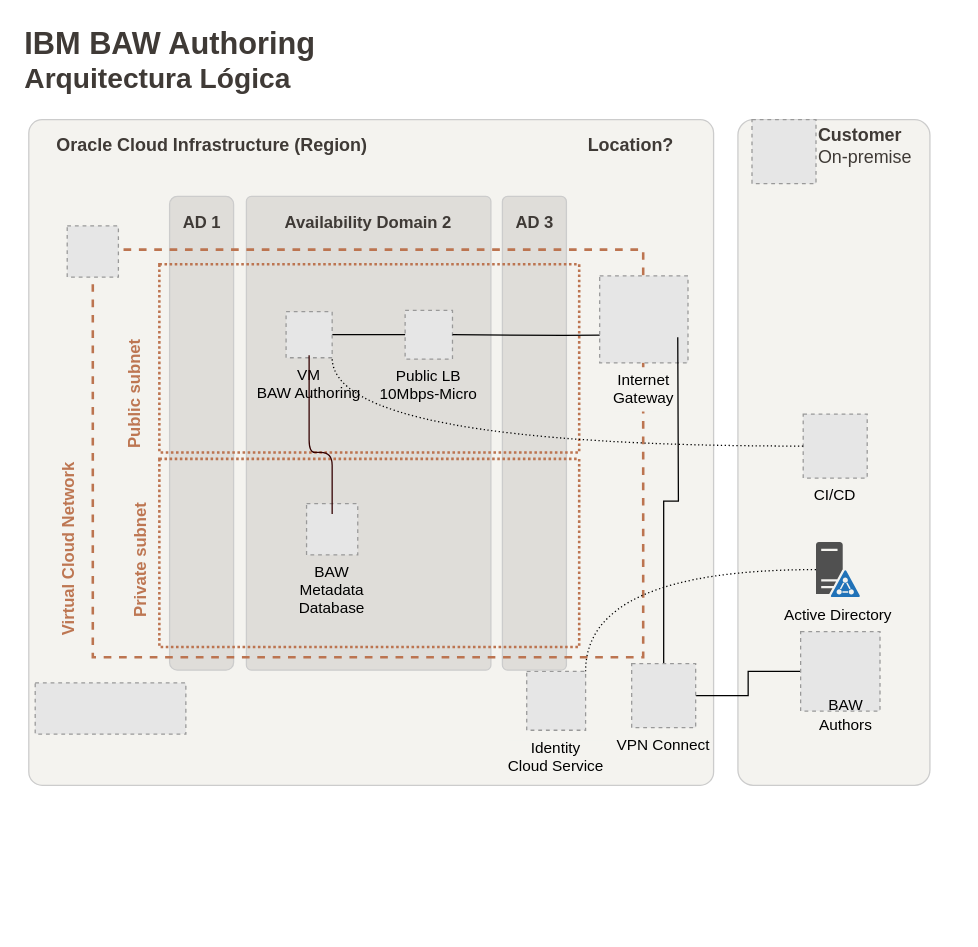
This is 20210926 BCH BAW Authoring.drawio from carlosjuibm/analytic_tools, a draw.io file, before an edit. Source tidied: cells renumbered, new cells numbered last; positions are measured from the earlier drawing's top-left corner, leaving out a move shared by most shapes. Both pictures are drawn from the tidied source at 128%, with x=0, y=0 at pixel (-28, 22). Pictures stored in the file or linked from it are replaced by grey dashed boxes.
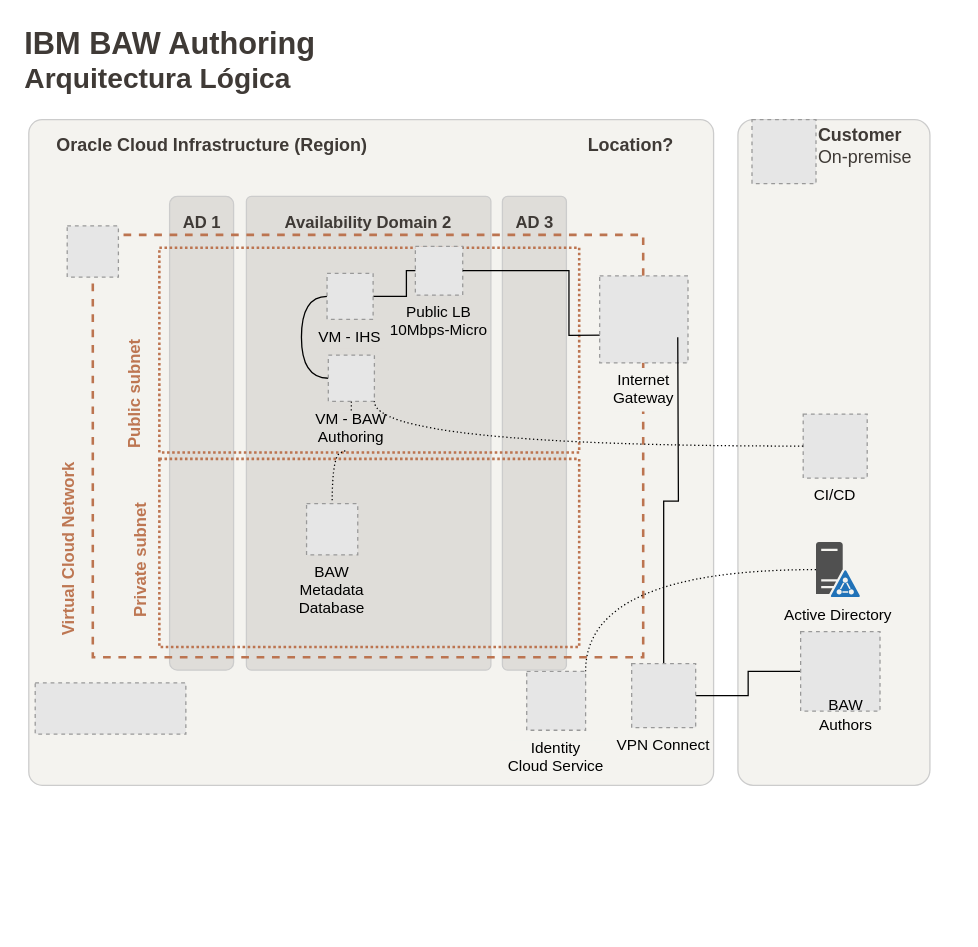
Above is the later version.

Unchanged cells that the change refers to:
```xml
<mxCell id="41" value="BAW&#10;Metadata&#10;Database" style="fillColor=#E6E6E6;strokeColor=#999999;dashed=1;verticalLabelPosition=bottom;verticalAlign=top;" parent="36" vertex="1">
  <mxGeometry x="261" y="376" width="40" height="40" as="geometry" />
</mxCell>
```

What changed in the source:
```diff
@@
     <mxCell id="25" style="rounded=0;whiteSpace=wrap;html=1;fillColor=none;dashed=1;strokeWidth=2;strokeColor=#BC7450;" parent="23" vertex="1">
-      <mxGeometry x="94" y="177.5" width="430" height="318.5" as="geometry" />
+      <mxGeometry x="94" y="166" width="430" height="330" as="geometry" />
     </mxCell>
     <mxCell id="26" style="rounded=0;whiteSpace=wrap;html=1;fillColor=none;dashed=1;strokeWidth=2;strokeColor=#BC7450;dashPattern=1 1;" parent="23" vertex="1">
-      <mxGeometry x="146" y="189" width="328" height="147" as="geometry" />
+      <mxGeometry x="146" y="176" width="328" height="160" as="geometry" />
     </mxCell>
@@
     <mxCell id="29" value="Public LB&#10;10Mbps-Micro" style="fillColor=#E6E6E6;strokeColor=#999999;dashed=1;verticalLabelPosition=bottom;verticalAlign=top;labelBackgroundColor=none;align=center;" parent="23" vertex="1">
-      <mxGeometry x="338" y="225" width="37" height="38" as="geometry" />
+      <mxGeometry x="346" y="175" width="37" height="38" as="geometry" />
     </mxCell>
@@
-    <mxCell id="37" style="edgeStyle=orthogonalEdgeStyle;rounded=0;jettySize=auto;html=1;exitX=0;exitY=0.5;exitDx=0;exitDy=0;entryX=1;entryY=0.5;entryDx=0;entryDy=0;endArrow=none;endFill=0;" parent="36" edge="1" source="29" target="38">
-      <mxGeometry relative="1" as="geometry" />
+    <mxCell id="37" style="edgeStyle=orthogonalEdgeStyle;rounded=0;jettySize=auto;html=1;exitX=0;exitY=0.5;exitDx=0;exitDy=0;entryX=1;entryY=0.5;entryDx=0;entryDy=0;endArrow=none;endFill=0;" parent="36" edge="1" source="29" target="47">
+      <mxGeometry relative="1" as="geometry">
+        <Array as="points">
+          <mxPoint x="339" y="194" />
+          <mxPoint x="339" y="214" />
+        </Array>
+      </mxGeometry>
     </mxCell>
+    <mxCell id="45" style="edgeStyle=orthogonalEdgeStyle;curved=1;rounded=0;jettySize=auto;html=1;dashed=1;dashPattern=1 2;endArrow=none;endFill=0;" parent="36" edge="1" source="38" target="41">
+      <mxGeometry relative="1" as="geometry" />
+    </mxCell>
+    <mxCell id="46" style="edgeStyle=orthogonalEdgeStyle;curved=1;rounded=0;jettySize=auto;html=1;entryX=0;entryY=0.5;entryDx=0;entryDy=0;endArrow=none;endFill=0;exitX=0;exitY=0.5;exitDx=0;exitDy=0;" parent="36" edge="1" source="38" target="47">
+      <mxGeometry relative="1" as="geometry" />
+    </mxCell>
-    <mxCell id="38" value="VM&#10;BAW Authoring" style="fillColor=#E6E6E6;strokeColor=#999999;dashed=1;verticalLabelPosition=bottom;verticalAlign=top;labelBackgroundColor=#dfddd9;" parent="36" vertex="1">
-      <mxGeometry x="245" y="226" width="36" height="36" as="geometry" />
+    <mxCell id="38" value="VM - BAW &#10;Authoring" style="fillColor=#E6E6E6;strokeColor=#999999;dashed=1;verticalLabelPosition=bottom;verticalAlign=top;labelBackgroundColor=#dfddd9;" parent="36" vertex="1">
+      <mxGeometry x="278" y="260" width="36" height="36" as="geometry" />
     </mxCell>
@@
-    <mxCell id="42" style="edgeStyle=orthogonalEdgeStyle;orthogonalLoop=1;jettySize=auto;html=1;startArrow=none;startFill=0;endArrow=none;endFill=0;strokeColor=#330000;entryX=0.463;entryY=1.05;entryDx=0;entryDy=0;entryPerimeter=0;" parent="36" edge="1">
-      <mxGeometry relative="1" as="geometry">
-        <mxPoint x="281" y="384" as="sourcePoint" />
-        <mxPoint x="263" y="260" as="targetPoint" />
-        <Array as="points">
-          <mxPoint x="280.8" y="336" />
-          <mxPoint x="262.8" y="336" />
-        </Array>
-      </mxGeometry>
-    </mxCell>
@@
+    <mxCell id="47" value="VM - IHS" style="fillColor=#E6E6E6;strokeColor=#999999;dashed=1;verticalLabelPosition=bottom;verticalAlign=top;labelBackgroundColor=#dfddd9;" parent="36" vertex="1">
+      <mxGeometry x="277" y="196" width="36" height="36" as="geometry" />
+    </mxCell>
```
